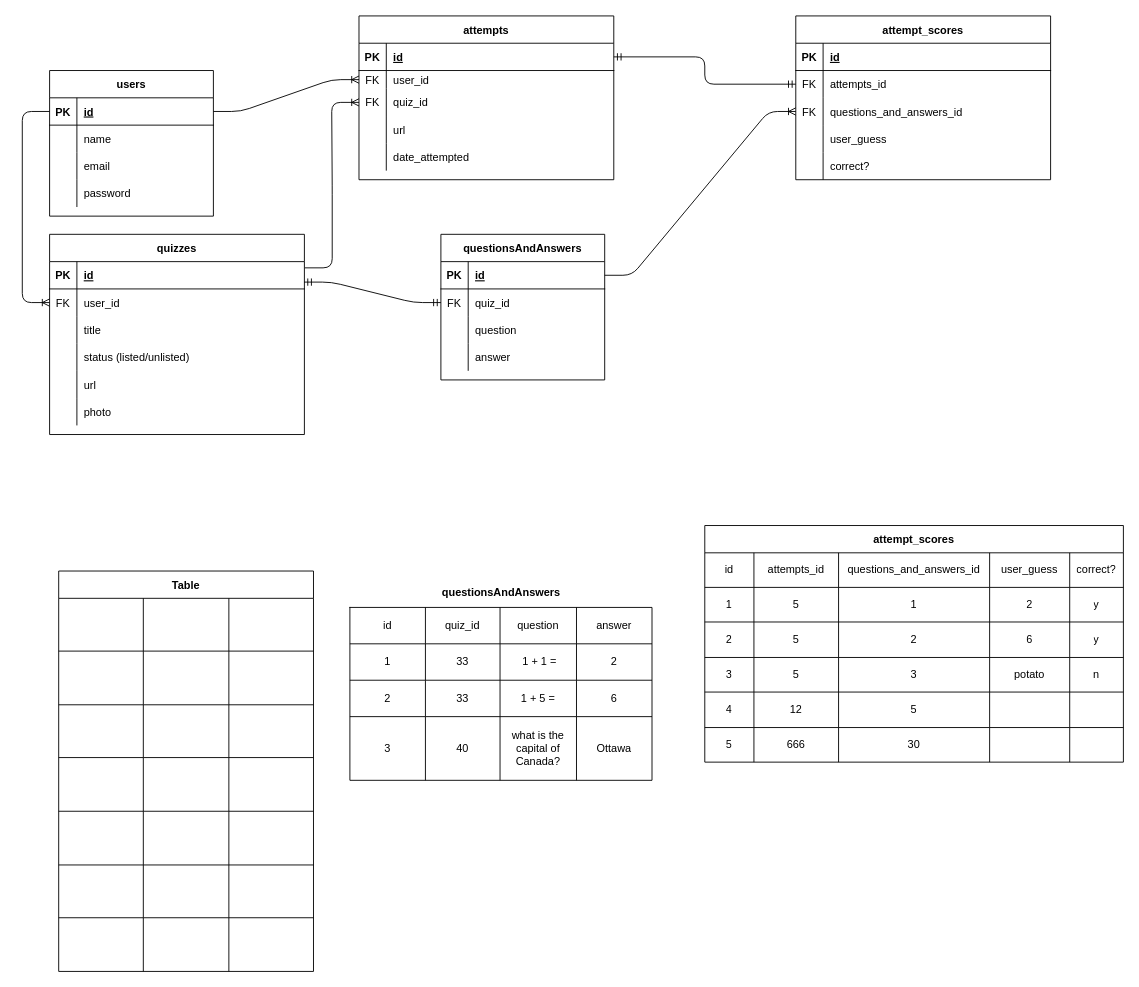
Earlier version of the draw.io diagram docs/drawio_ERD_file.drawio (A-DUYVESTYN/quiz.io). Source tidied: cells renumbered, new cells numbered last; positions are measured from the earlier drawing's top-left corner, leaving out a move shared by most shapes. Both pictures are drawn from the tidied source at 91%, with x=0, y=0 at pixel (22, 15).
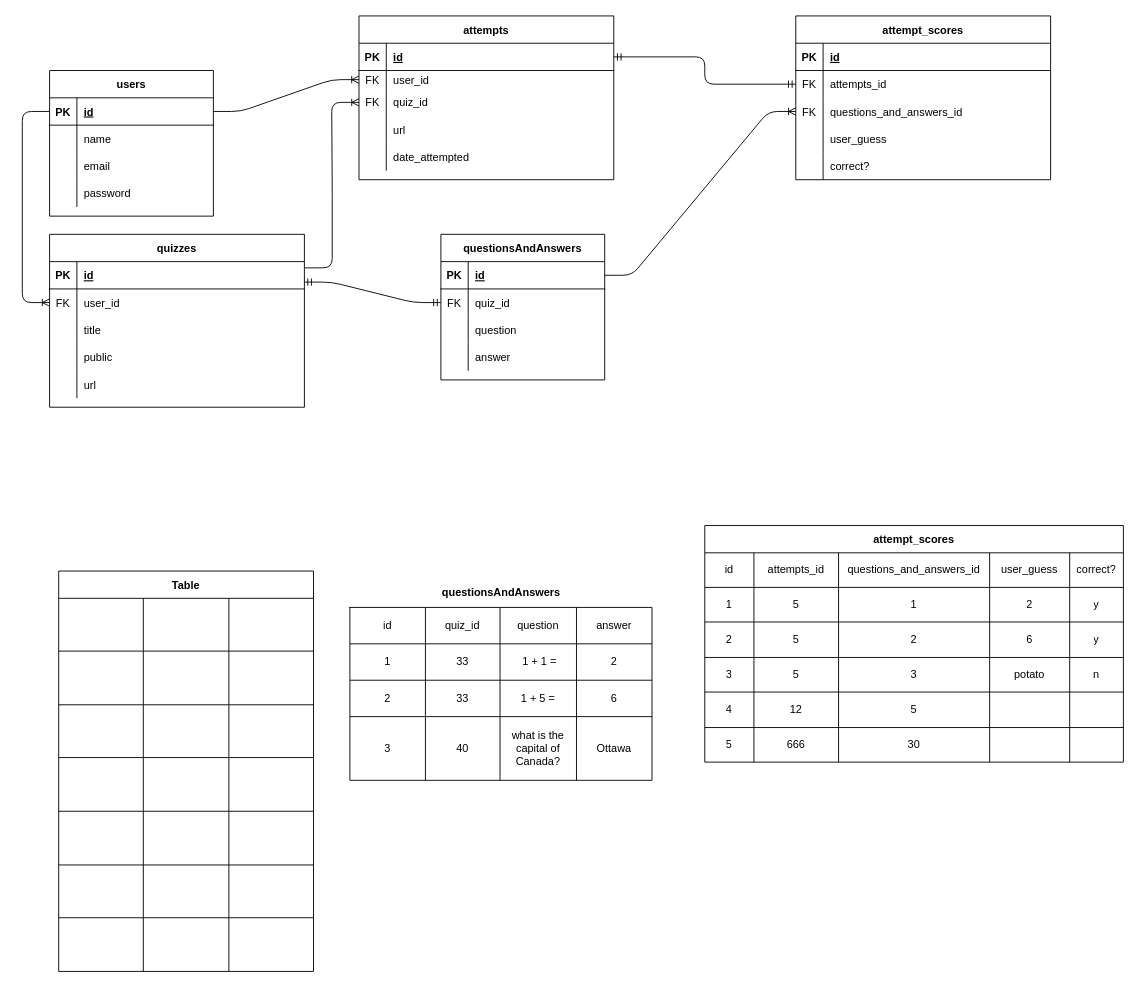
After the change.

The change refers to these unchanged cells:
```xml
<mxCell id="25" style="shape=tableRow;horizontal=0;startSize=0;swimlaneHead=0;swimlaneBody=0;fillColor=none;top=0;left=0;right=0;bottom=0;" parent="15" vertex="1">
  <mxGeometry y="120" width="280" height="30" as="geometry" />
</mxCell>
```

What changed in the source:
```diff
@@
     <mxCell id="15" value="quizzes" style="shape=table;startSize=30;childLayout=tableLayout;rowLines=0;fontStyle=1;align=center;" parent="1" vertex="1">
-      <mxGeometry x="30" y="240" width="280" height="220" as="geometry" />
+      <mxGeometry x="30" y="240" width="280" height="190" as="geometry" />
     </mxCell>
@@
-    <mxCell id="27" value="status (listed/unlisted)" style="shape=partialRectangle;fillColor=none;top=0;left=0;bottom=0;right=0;align=left;spacingLeft=6;overflow=hidden;" parent="25" vertex="1">
+    <mxCell id="27" value="public" style="shape=partialRectangle;fillColor=none;top=0;left=0;bottom=0;right=0;align=left;spacingLeft=6;overflow=hidden;" parent="25" vertex="1">
       <mxGeometry x="30" width="250" height="30" as="geometry" />
     </mxCell>
@@
-    <mxCell id="31" style="shape=tableRow;horizontal=0;startSize=0;swimlaneHead=0;swimlaneBody=0;fillColor=none;top=0;left=0;right=0;bottom=0;" parent="15" vertex="1">
-      <mxGeometry y="180" width="280" height="30" as="geometry" />
-    </mxCell>
-    <mxCell id="32" style="shape=partialRectangle;fillColor=none;top=0;left=0;bottom=0;right=0;overflow=hidden;" parent="31" vertex="1">
-      <mxGeometry width="30" height="30" as="geometry" />
-    </mxCell>
-    <mxCell id="33" value="photo" style="shape=partialRectangle;fillColor=none;top=0;left=0;bottom=0;right=0;align=left;spacingLeft=6;overflow=hidden;" parent="31" vertex="1">
-      <mxGeometry x="30" width="250" height="30" as="geometry" />
-    </mxCell>
```
